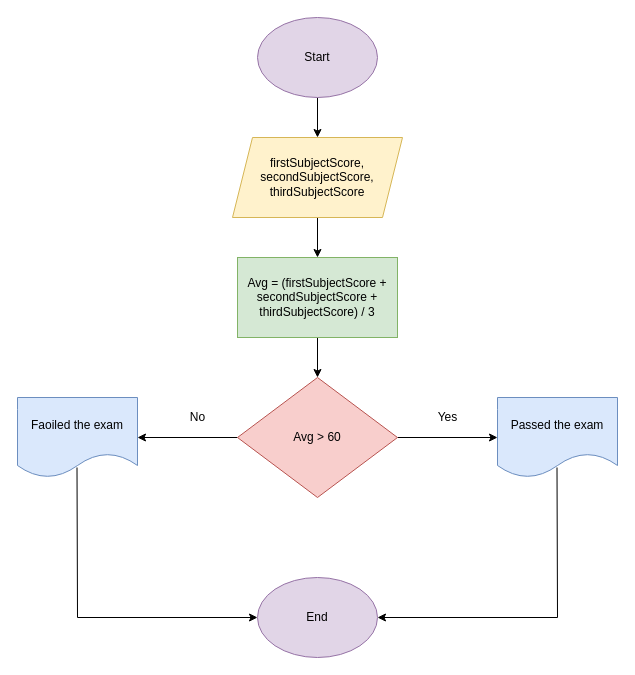
This is page "Page-2" (2 of 3) of Task2.drawio from NigarMahmudova/First-Homework, a draw.io file, before an edit. Source tidied: cells renumbered, new cells numbered last; positions are measured from the earlier drawing's top-left corner, leaving out a move shared by most shapes. Both pictures are drawn from the tidied source at 100%, with x=0, y=0 at pixel (17, 17).
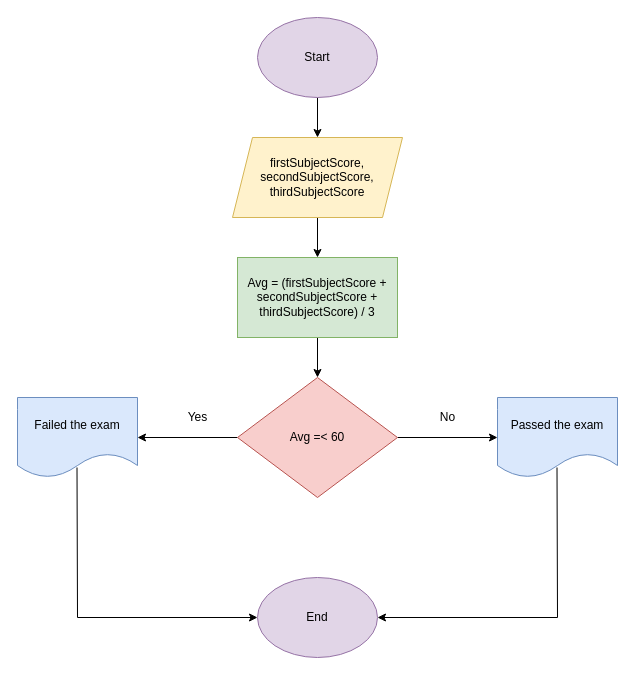
The same page after the edit.

The edit, as a diff of the source:
```diff
@@
-    <mxCell id="10" value="Avg &amp;gt; 60" style="rhombus;whiteSpace=wrap;html=1;fillColor=#f8cecc;strokeColor=#b85450;" parent="1" vertex="1">
+    <mxCell id="10" value="Avg =&amp;lt; 60" style="rhombus;whiteSpace=wrap;html=1;fillColor=#f8cecc;strokeColor=#b85450;" parent="1" vertex="1">
       <mxGeometry x="220" y="360" width="160" height="120" as="geometry" />
     </mxCell>
@@
-    <mxCell id="12" value="Faoiled the exam" style="shape=document;whiteSpace=wrap;html=1;boundedLbl=1;fillColor=#dae8fc;strokeColor=#6c8ebf;" parent="1" vertex="1">
+    <mxCell id="12" value="Failed the exam" style="shape=document;whiteSpace=wrap;html=1;boundedLbl=1;fillColor=#dae8fc;strokeColor=#6c8ebf;" parent="1" vertex="1">
       <mxGeometry y="380" width="120" height="80" as="geometry" />
     </mxCell>
-    <mxCell id="13" value="Yes" style="text;html=1;align=center;verticalAlign=middle;strokeColor=none;fillColor=none;" parent="1" vertex="1">
+    <mxCell id="13" value="No" style="text;html=1;align=center;verticalAlign=middle;strokeColor=none;fillColor=none;" parent="1" vertex="1">
       <mxGeometry x="410" y="385" width="40" height="30" as="geometry" />
     </mxCell>
-    <mxCell id="14" value="No" style="text;html=1;align=center;verticalAlign=middle;strokeColor=none;fillColor=none;" parent="1" vertex="1">
+    <mxCell id="14" value="Yes" style="text;html=1;align=center;verticalAlign=middle;strokeColor=none;fillColor=none;" parent="1" vertex="1">
       <mxGeometry x="160" y="385" width="40" height="30" as="geometry" />
     </mxCell>
```
